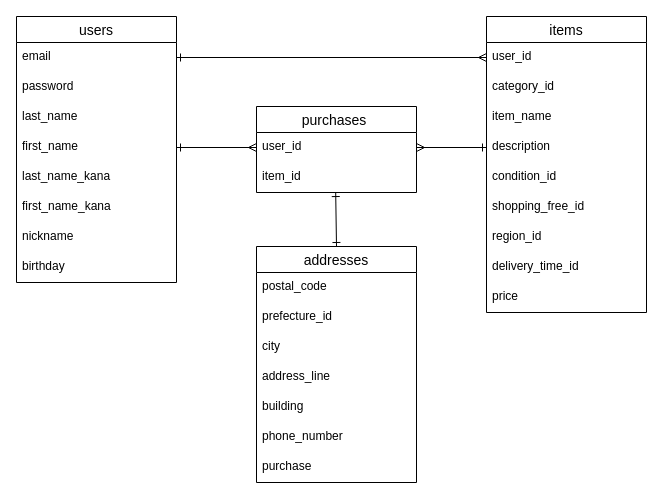
Above: furima-er.dio in Ahoudori77/furima-41569 (draw.io), before the change. Source tidied: cells renumbered, new cells numbered last; positions are measured from the earlier drawing's top-left corner, leaving out a move shared by most shapes. Both pictures are drawn from the tidied source at 100%, with x=0, y=0 at pixel (16, 16).
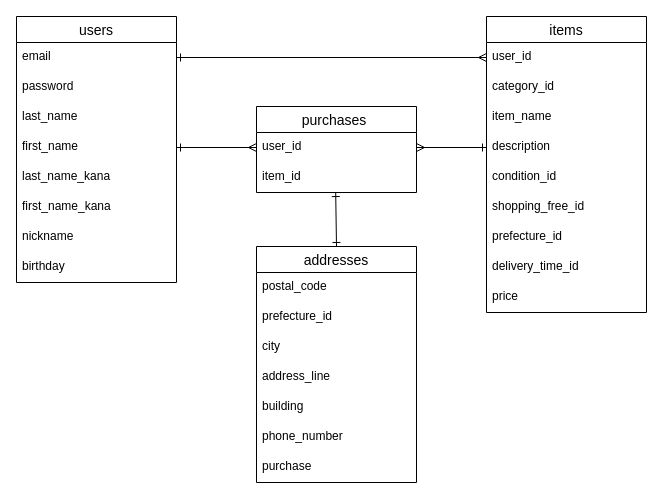
The same diagram, later.

Commit message (it also covers changes not shown here):
データベース設計-修正-2

Unchanged cells that the change refers to:
```xml
<mxCell id="23" value="items" style="swimlane;fontStyle=0;horizontal=1;startSize=26;align=center;fontSize=14;" parent="1" vertex="1">
  <mxGeometry x="470" width="160" height="296" as="geometry" />
</mxCell>
```

Change to the diagram source:
```diff
@@
-    <mxCell id="30" value="region_id" style="text;strokeColor=none;fillColor=none;spacingLeft=4;spacingRight=4;overflow=hidden;fontSize=12;" parent="23" vertex="1">
+    <mxCell id="30" value="prefecture_id" style="text;strokeColor=none;fillColor=none;spacingLeft=4;spacingRight=4;overflow=hidden;fontSize=12;" parent="23" vertex="1">
       <mxGeometry y="206" width="160" height="30" as="geometry" />
     </mxCell>
```
